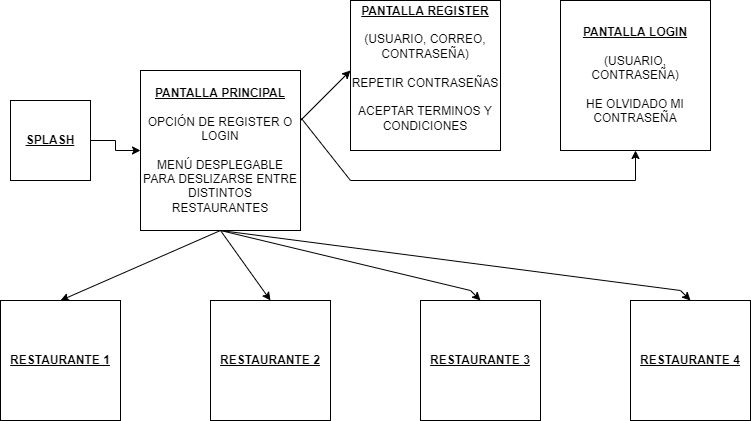
Before: Diagrama sin título.drawio.png, a diagram exported from draw.io (angelcriber99/jerou). Source tidied: cells renumbered, new cells last; positions are measured from the earlier drawing's top-left corner, leaving out a move shared by most shapes.
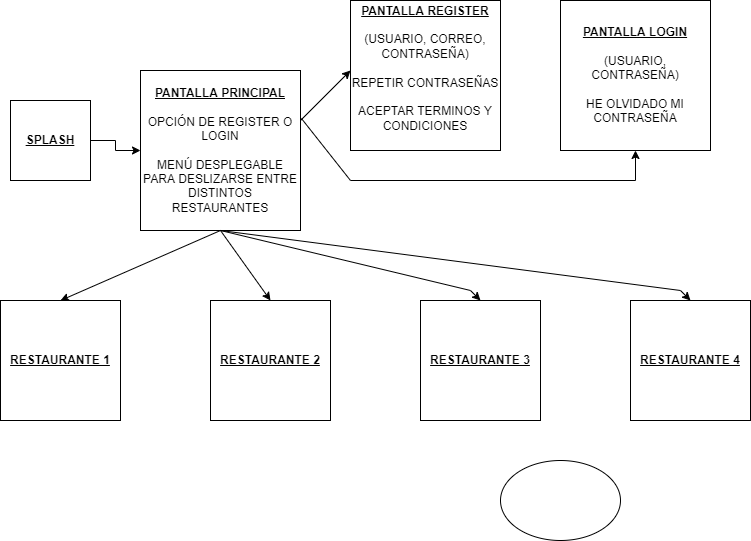
The same diagram one commit later.

What changed in the source:
```diff
@@ -65,5 +65,8 @@
         </Array>
       </mxGeometry>
     </mxCell>
+    <mxCell id="17" style="ellipse;whiteSpace=wrap;html=1;" parent="1" vertex="1">
+      <mxGeometry x="500" y="460" width="120" height="80" as="geometry" />
+    </mxCell>
   </root>
 </mxGraphModel>
```
